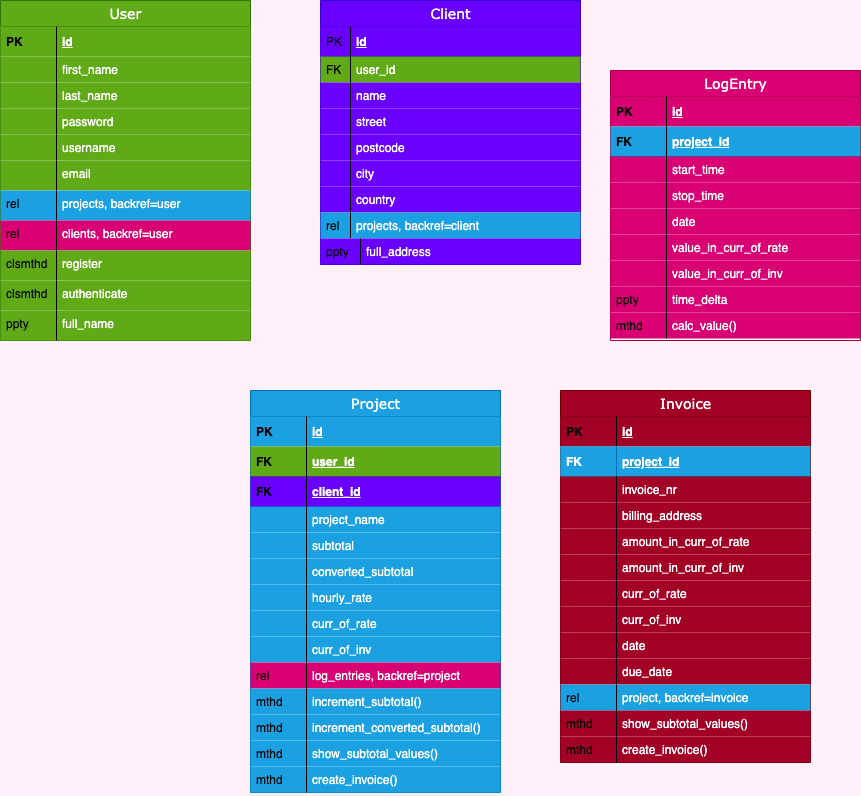
sanspanic/Track keeps this draw.io diagram as schema.png. Above is the earlier version. Source tidied: cells renumbered, new cells last; positions are measured from the earlier drawing's top-left corner, leaving out a move shared by most shapes.
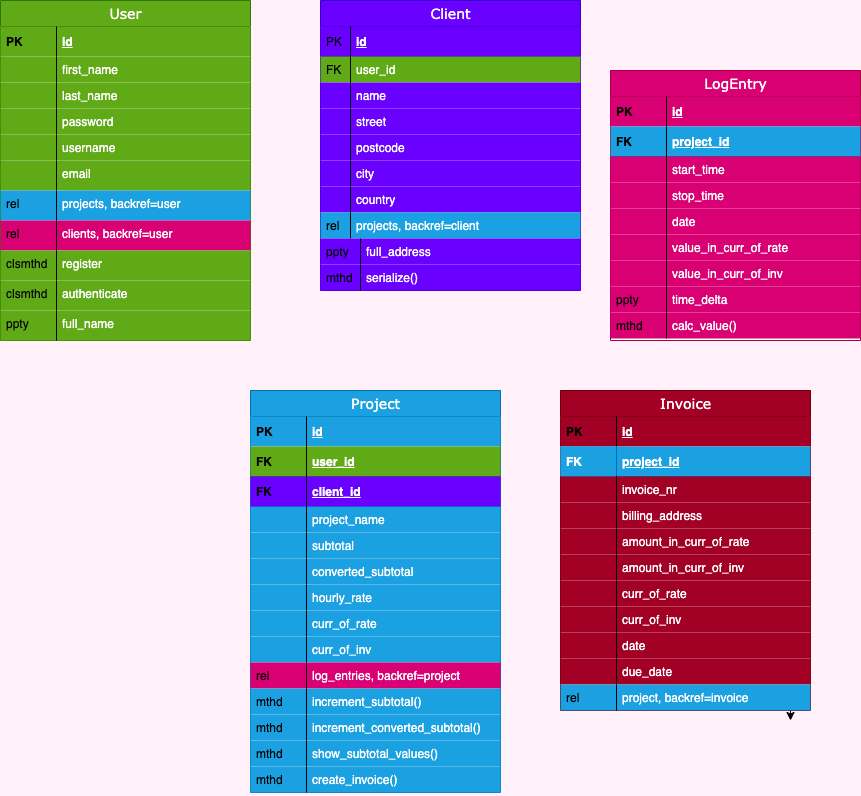
The same file after the commit.

The edit, as a diff of the source:
```diff
@@ -72,7 +72,7 @@
       <mxGeometry width="56" height="30" as="geometry" />
     </mxCell>
     <mxCell id="25" value="Client" style="swimlane;html=1;fontStyle=0;horizontal=1;startSize=26;fillColor=#6a00ff;swimlaneFillColor=#ffffff;align=center;rounded=0;shadow=0;comic=0;labelBackgroundColor=none;strokeWidth=1;fontFamily=Verdana;fontSize=14;swimlaneLine=1;strokeColor=#3700CC;fontColor=#ffffff;" parent="1" vertex="1">
-      <mxGeometry x="320" width="260" height="264" as="geometry" />
+      <mxGeometry x="320" width="260" height="290" as="geometry" />
     </mxCell>
     <mxCell id="26" value="id" style="shape=partialRectangle;top=0;left=0;right=0;bottom=1;html=1;align=left;verticalAlign=middle;fillColor=#6a00ff;spacingLeft=34;spacingRight=4;whiteSpace=wrap;overflow=hidden;fontStyle=5;strokeColor=#3700CC;fontColor=#ffffff;" parent="25" vertex="1">
       <mxGeometry y="26" width="260" height="30" as="geometry" />
@@ -128,6 +128,12 @@
     <mxCell id="43" value="ppty" style="shape=partialRectangle;top=0;left=0;bottom=0;html=1;fillColor=none;align=left;verticalAlign=top;spacingLeft=4;spacingRight=4;whiteSpace=wrap;overflow=hidden;" parent="42" vertex="1">
       <mxGeometry width="40" height="26" as="geometry" />
     </mxCell>
+    <mxCell id="119" value="&amp;nbsp; &amp;nbsp;serialize()" style="shape=partialRectangle;top=0;left=0;right=0;bottom=0;html=1;align=left;verticalAlign=top;fillColor=#6a00ff;spacingLeft=34;spacingRight=4;whiteSpace=wrap;overflow=hidden;strokeColor=#3700CC;fontColor=#ffffff;" parent="25" vertex="1">
+      <mxGeometry y="264" width="260" height="26" as="geometry" />
+    </mxCell>
+    <mxCell id="120" value="mthd" style="shape=partialRectangle;top=0;left=0;bottom=0;html=1;fillColor=none;align=left;verticalAlign=top;spacingLeft=4;spacingRight=4;whiteSpace=wrap;overflow=hidden;" parent="119" vertex="1">
+      <mxGeometry width="40" height="26" as="geometry" />
+    </mxCell>
     <mxCell id="44" value="Project" style="swimlane;html=1;fontStyle=0;horizontal=1;startSize=26;fillColor=#1ba1e2;swimlaneFillColor=#ffffff;align=center;rounded=0;shadow=0;comic=0;labelBackgroundColor=none;strokeWidth=1;fontFamily=Verdana;fontSize=14;strokeColor=#006EAF;fontColor=#ffffff;" parent="1" vertex="1">
       <mxGeometry x="250" y="390" width="250" height="402" as="geometry" />
     </mxCell>
@@ -272,8 +278,13 @@
     <mxCell id="91" value="mthd" style="shape=partialRectangle;top=0;left=0;bottom=0;html=1;fillColor=none;align=left;verticalAlign=top;spacingLeft=4;spacingRight=4;whiteSpace=wrap;overflow=hidden;" parent="90" vertex="1">
       <mxGeometry width="56" height="26" as="geometry" />
     </mxCell>
+    <mxCell id="121" style="edgeStyle=orthogonalEdgeStyle;rounded=0;jettySize=auto;html=1;exitX=1;exitY=1;exitDx=0;exitDy=0;" parent="1" edge="1" source="92">
+      <mxGeometry relative="1" as="geometry">
+        <mxPoint x="790" y="720" as="targetPoint" />
+      </mxGeometry>
+    </mxCell>
     <mxCell id="92" value="Invoice" style="swimlane;html=1;fontStyle=0;horizontal=1;startSize=26;fillColor=#a20025;swimlaneFillColor=#ffffff;align=center;rounded=0;shadow=0;comic=0;labelBackgroundColor=none;strokeWidth=1;fontFamily=Verdana;fontSize=14;strokeColor=#6F0000;fontColor=#ffffff;" parent="1" vertex="1">
-      <mxGeometry x="560" y="390" width="250" height="372" as="geometry" />
+      <mxGeometry x="560" y="390" width="250" height="320" as="geometry" />
     </mxCell>
     <mxCell id="93" value="id" style="shape=partialRectangle;top=0;left=0;right=0;bottom=0;html=1;align=left;verticalAlign=middle;fillColor=#a20025;spacingLeft=60;spacingRight=4;whiteSpace=wrap;overflow=hidden;fontStyle=5;strokeColor=#6F0000;fontColor=#ffffff;" parent="92" vertex="1">
       <mxGeometry y="26" width="250" height="30" as="geometry" />
@@ -341,17 +352,5 @@
     <mxCell id="114" value="rel" style="shape=partialRectangle;top=0;left=0;bottom=0;html=1;fillColor=none;align=left;verticalAlign=top;spacingLeft=4;spacingRight=4;whiteSpace=wrap;overflow=hidden;" parent="113" vertex="1">
       <mxGeometry width="56" height="26" as="geometry" />
     </mxCell>
-    <mxCell id="115" value="show_subtotal_values()" style="shape=partialRectangle;top=0;left=0;right=0;bottom=0;html=1;align=left;verticalAlign=top;fillColor=#a20025;spacingLeft=60;spacingRight=4;whiteSpace=wrap;overflow=hidden;strokeColor=#6F0000;fontColor=#ffffff;" parent="92" vertex="1">
-      <mxGeometry y="320" width="250" height="26" as="geometry" />
-    </mxCell>
-    <mxCell id="116" value="mthd" style="shape=partialRectangle;top=0;left=0;bottom=0;html=1;fillColor=none;align=left;verticalAlign=top;spacingLeft=4;spacingRight=4;whiteSpace=wrap;overflow=hidden;" parent="115" vertex="1">
-      <mxGeometry width="56" height="26" as="geometry" />
-    </mxCell>
-    <mxCell id="117" value="create_invoice()" style="shape=partialRectangle;top=0;left=0;right=0;bottom=0;html=1;align=left;verticalAlign=top;fillColor=#a20025;spacingLeft=60;spacingRight=4;whiteSpace=wrap;overflow=hidden;strokeColor=#6F0000;fontColor=#ffffff;" parent="92" vertex="1">
-      <mxGeometry y="346" width="250" height="26" as="geometry" />
-    </mxCell>
-    <mxCell id="118" value="mthd" style="shape=partialRectangle;top=0;left=0;bottom=0;html=1;fillColor=none;align=left;verticalAlign=top;spacingLeft=4;spacingRight=4;whiteSpace=wrap;overflow=hidden;" parent="117" vertex="1">
-      <mxGeometry width="56" height="26" as="geometry" />
-    </mxCell>
   </root>
 </mxGraphModel>
```
